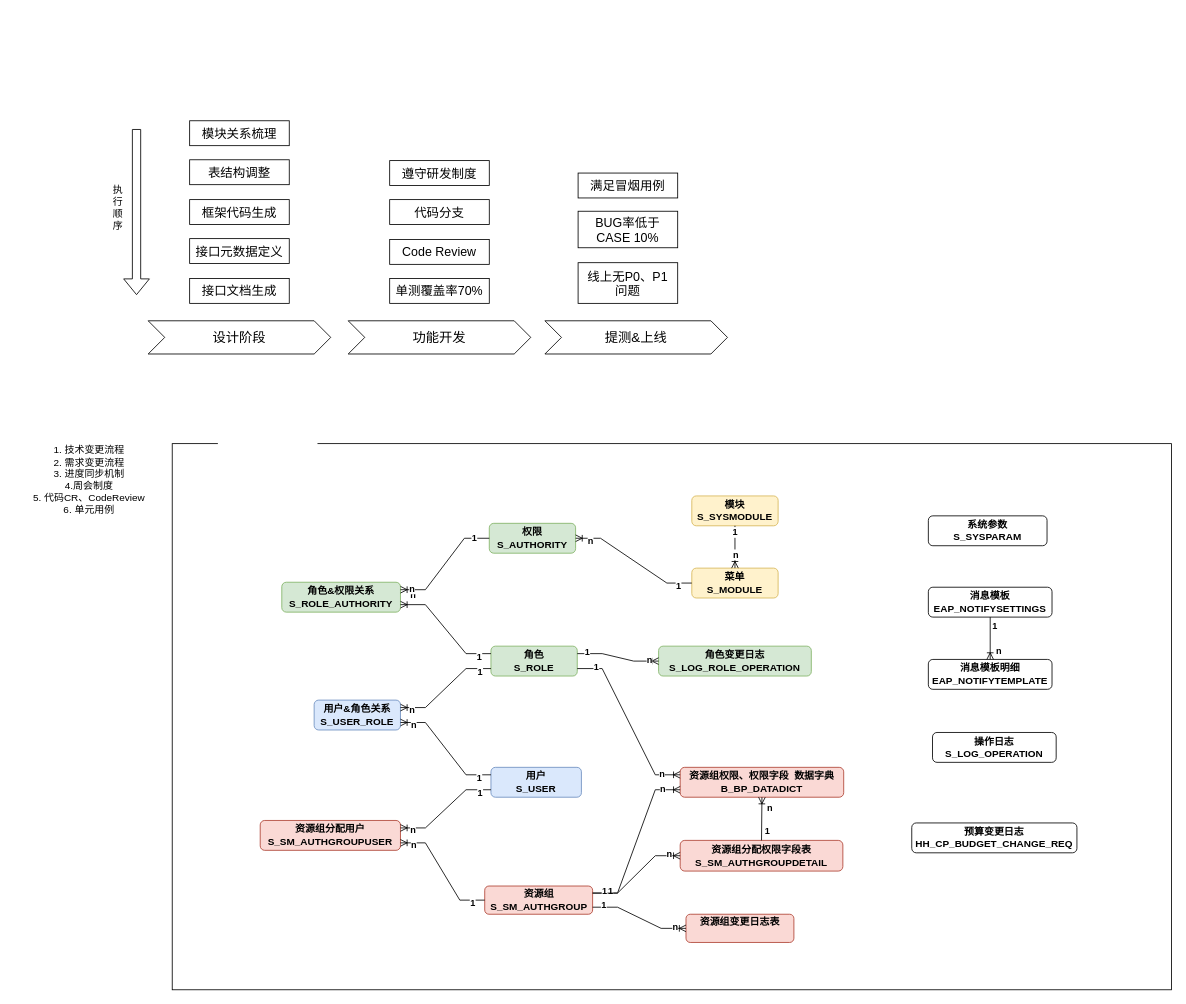
Before: 三期二阶段-研发步骤.drawio in S0Louis/drowio, a draw.io diagram. Source tidied: cells renumbered, new cells numbered last; positions are measured from the earlier drawing's top-left corner, leaving out a move shared by most shapes. Both pictures are drawn from the tidied source at 83%, with x=0, y=0 at pixel (14, 14).
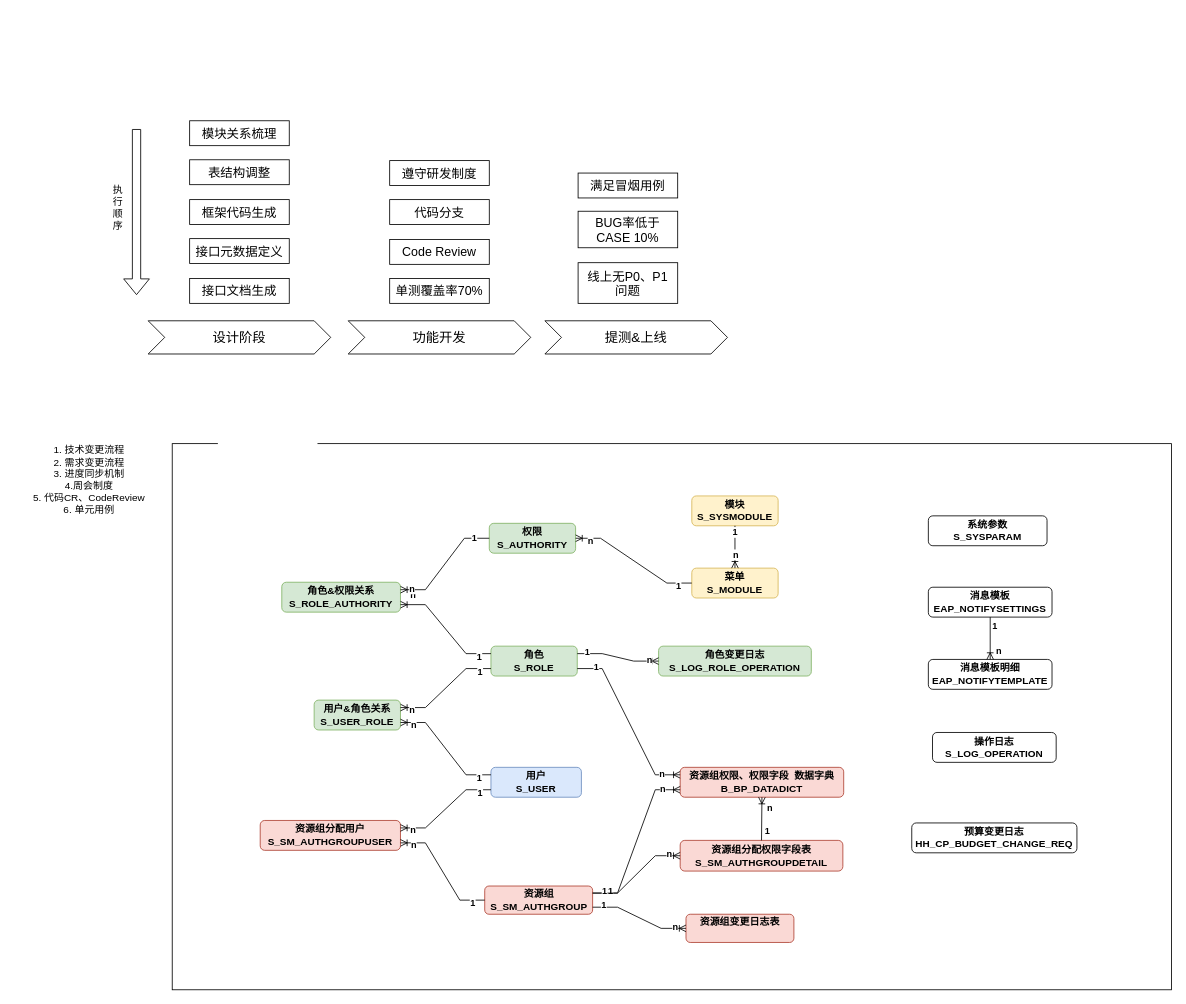
After the change.

Commit message:
更新三期二阶段-研发步骤.drawio

The edit, as a diff of the source:
```diff
@@
-    <mxCell id="24" value="&lt;div&gt;用户&amp;amp;角色关系&lt;/div&gt;&lt;div&gt;S_USER_ROLE&lt;/div&gt;" style="rounded=1;whiteSpace=wrap;html=1;fontStyle=1;fillColor=#dae8fc;strokeColor=#6c8ebf;" parent="1" vertex="1">
+    <mxCell id="24" value="&lt;div&gt;用户&amp;amp;角色关系&lt;/div&gt;&lt;div&gt;S_USER_ROLE&lt;/div&gt;" style="rounded=1;whiteSpace=wrap;html=1;fontStyle=1;fillColor=#d5e8d4;strokeColor=#82b366;" parent="1" vertex="1">
       <mxGeometry x="361" y="826" width="104" height="36" as="geometry" />
     </mxCell>
```
